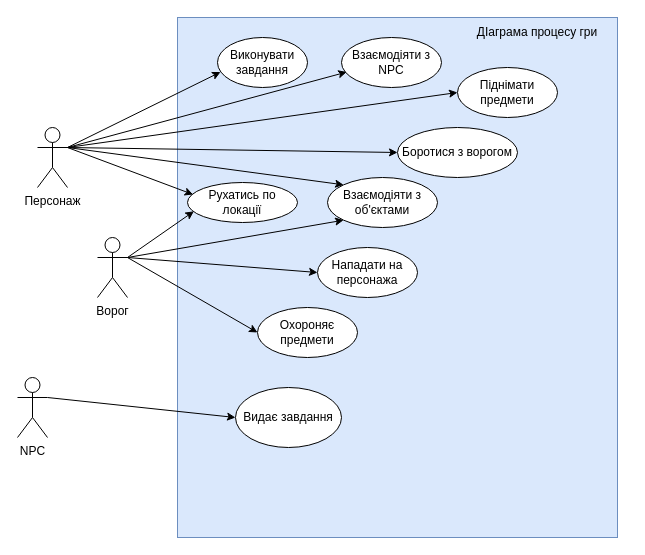
This is docs/1.Envisioning/assets/ДіаграмаПрецедентів.drawio from liketaurus/SE-practice-template, a draw.io file, before an edit. Source tidied: cells renumbered, new cells numbered last; positions are measured from the earlier drawing's top-left corner, leaving out a move shared by most shapes. Both pictures are drawn from the tidied source at 100%, with x=0, y=0 at pixel (17, 17).
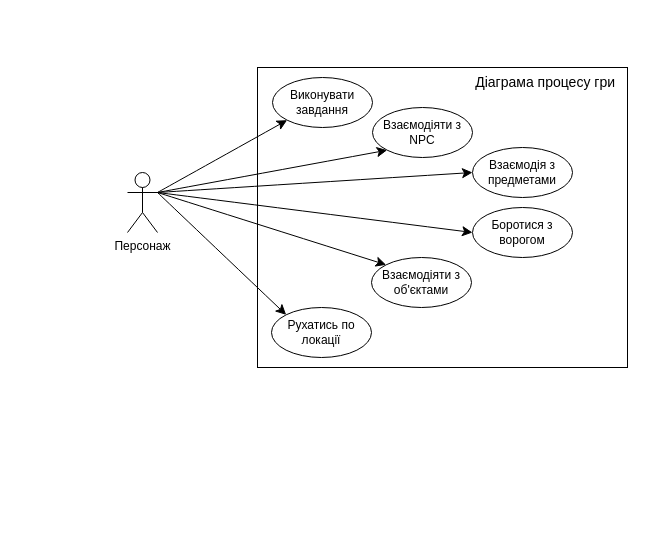
After the change.

Commit message (it also covers changes not shown here):
Змінена діаграма прецедентів

Change to the diagram source:
```diff
@@
+    <mxCell id="27" style="rounded=0;whiteSpace=wrap;html=1;labelBackgroundColor=none;" parent="1" vertex="1">
+      <mxGeometry x="240" y="50" width="370" height="300" as="geometry" />
+    </mxCell>
+    <mxCell id="26" value="Ді&lt;span style=&quot;background-color: initial;&quot;&gt;аграма процесу гри&lt;/span&gt;" style="text;html=1;align=right;verticalAlign=middle;whiteSpace=wrap;rounded=0;fontSize=14;labelBackgroundColor=none;" parent="1" vertex="1">
+      <mxGeometry x="440" y="50" width="160" height="30" as="geometry" />
+    </mxCell>
+    <mxCell id="9" style="edgeStyle=none;curved=1;rounded=0;jettySize=auto;html=1;exitX=1;exitY=0.3333333333333333;exitDx=0;exitDy=0;exitPerimeter=0;entryX=0;entryY=1;entryDx=0;entryDy=0;fontSize=12;startSize=8;endSize=8;labelBackgroundColor=none;fontColor=default;" parent="1" edge="1" source="2" target="8">
+      <mxGeometry relative="1" as="geometry" />
+    </mxCell>
+    <mxCell id="28" style="edgeStyle=none;curved=1;rounded=0;jettySize=auto;html=1;exitX=1;exitY=0.3333333333333333;exitDx=0;exitDy=0;exitPerimeter=0;entryX=0;entryY=1;entryDx=0;entryDy=0;fontSize=12;startSize=8;endSize=8;labelBackgroundColor=none;fontColor=default;" parent="1" edge="1" source="2" target="6">
+      <mxGeometry relative="1" as="geometry" />
+    </mxCell>
+    <mxCell id="29" style="edgeStyle=none;curved=1;rounded=0;jettySize=auto;html=1;exitX=1;exitY=0.3333333333333333;exitDx=0;exitDy=0;exitPerimeter=0;entryX=0;entryY=0.5;entryDx=0;entryDy=0;fontSize=12;startSize=8;endSize=8;labelBackgroundColor=none;fontColor=default;" parent="1" edge="1" source="2" target="32">
+      <mxGeometry relative="1" as="geometry" />
+    </mxCell>
+    <mxCell id="30" style="edgeStyle=none;curved=1;rounded=0;jettySize=auto;html=1;exitX=1;exitY=0.3333333333333333;exitDx=0;exitDy=0;exitPerimeter=0;entryX=0;entryY=0.5;entryDx=0;entryDy=0;fontSize=12;startSize=8;endSize=8;labelBackgroundColor=none;fontColor=default;" parent="1" edge="1" source="2" target="10">
+      <mxGeometry relative="1" as="geometry" />
+    </mxCell>
+    <mxCell id="21" style="edgeStyle=none;curved=1;rounded=0;jettySize=auto;html=1;exitX=1;exitY=0.3333333333333333;exitDx=0;exitDy=0;exitPerimeter=0;entryX=0;entryY=0;entryDx=0;entryDy=0;fontSize=12;startSize=8;endSize=8;labelBackgroundColor=none;fontColor=default;" parent="1" edge="1" source="2" target="20">
+      <mxGeometry relative="1" as="geometry" />
+    </mxCell>
+    <mxCell id="31" style="edgeStyle=none;curved=1;rounded=0;jettySize=auto;html=1;exitX=1;exitY=0.3333333333333333;exitDx=0;exitDy=0;exitPerimeter=0;entryX=0;entryY=0;entryDx=0;entryDy=0;fontSize=12;startSize=8;endSize=8;labelBackgroundColor=none;fontColor=default;" parent="1" edge="1" source="2" target="4">
+      <mxGeometry relative="1" as="geometry" />
+    </mxCell>
-    <mxCell id="2" value="Персонаж&lt;div&gt;&lt;br&gt;&lt;/div&gt;" style="shape=umlActor;verticalLabelPosition=bottom;verticalAlign=top;html=1;outlineConnect=0;" parent="1" vertex="1">
-      <mxGeometry x="20" y="110" width="30" height="60" as="geometry" />
+    <mxCell id="2" value="Персонаж&lt;div&gt;&lt;br&gt;&lt;/div&gt;" style="shape=umlActor;verticalLabelPosition=bottom;verticalAlign=top;html=1;outlineConnect=0;labelBackgroundColor=none;" parent="1" vertex="1">
+      <mxGeometry x="110" y="155" width="30" height="60" as="geometry" />
     </mxCell>
-    <mxCell id="3" style="rounded=0;whiteSpace=wrap;html=1;fillColor=#dae8fc;strokeColor=#6c8ebf;" parent="1" vertex="1">
-      <mxGeometry x="160" width="440" height="520" as="geometry" />
-    </mxCell>
+    <mxCell id="8" value="Виконувати завдання" style="ellipse;whiteSpace=wrap;html=1;labelBackgroundColor=none;" parent="1" vertex="1">
+      <mxGeometry x="255" y="60" width="100" height="50" as="geometry" />
+    </mxCell>
+    <mxCell id="6" value="Взаємодіяти з NPC" style="ellipse;whiteSpace=wrap;html=1;labelBackgroundColor=none;" parent="1" vertex="1">
+      <mxGeometry x="355" y="90" width="100" height="50" as="geometry" />
+    </mxCell>
+    <mxCell id="32" value="Взаємодія з предметами" style="ellipse;whiteSpace=wrap;html=1;labelBackgroundColor=none;" parent="1" vertex="1">
+      <mxGeometry x="455" y="130" width="100" height="50" as="geometry" />
+    </mxCell>
+    <mxCell id="10" value="Боротися з ворогом" style="ellipse;whiteSpace=wrap;html=1;labelBackgroundColor=none;" parent="1" vertex="1">
+      <mxGeometry x="455" y="190" width="100" height="50" as="geometry" />
+    </mxCell>
+    <mxCell id="20" value="Взаємодіяти з об'єктами" style="ellipse;whiteSpace=wrap;html=1;labelBackgroundColor=none;" parent="1" vertex="1">
+      <mxGeometry x="354" y="240" width="100" height="50" as="geometry" />
+    </mxCell>
-    <mxCell id="4" value="Рухатись по локації" style="ellipse;whiteSpace=wrap;html=1;" parent="1" vertex="1">
-      <mxGeometry x="170" y="165" width="110" height="40" as="geometry" />
+    <mxCell id="4" value="Рухатись по локації" style="ellipse;whiteSpace=wrap;html=1;labelBackgroundColor=none;" parent="1" vertex="1">
+      <mxGeometry x="254" y="290" width="100" height="50" as="geometry" />
     </mxCell>
-    <mxCell id="5" style="rounded=0;jettySize=auto;html=1;entryX=0.051;entryY=0.3;entryDx=0;entryDy=0;entryPerimeter=0;" parent="1" edge="1" target="4">
-      <mxGeometry relative="1" as="geometry">
-        <mxPoint x="50" y="130" as="sourcePoint" />
-      </mxGeometry>
-    </mxCell>
-    <mxCell id="6" value="Взаємодіяти з NPC" style="ellipse;whiteSpace=wrap;html=1;" parent="1" vertex="1">
-      <mxGeometry x="324" y="20" width="100" height="50" as="geometry" />
-    </mxCell>
-    <mxCell id="7" style="rounded=0;jettySize=auto;html=1;entryX=0.052;entryY=0.691;entryDx=0;entryDy=0;entryPerimeter=0;" parent="1" edge="1" target="6">
-      <mxGeometry relative="1" as="geometry">
-        <mxPoint x="50" y="130" as="sourcePoint" />
-      </mxGeometry>
-    </mxCell>
-    <mxCell id="8" value="Виконувати завдання" style="ellipse;whiteSpace=wrap;html=1;" parent="1" vertex="1">
-      <mxGeometry x="200" y="20" width="90" height="50" as="geometry" />
-    </mxCell>
-    <mxCell id="9" style="rounded=0;jettySize=auto;html=1;entryX=0.034;entryY=0.691;entryDx=0;entryDy=0;entryPerimeter=0;exitX=1;exitY=0.3333333333333333;exitDx=0;exitDy=0;exitPerimeter=0;" parent="1" edge="1" source="2" target="8">
-      <mxGeometry relative="1" as="geometry" />
-    </mxCell>
-    <mxCell id="10" value="Боротися з ворогом" style="ellipse;whiteSpace=wrap;html=1;" parent="1" vertex="1">
-      <mxGeometry x="380" y="110" width="120" height="50" as="geometry" />
-    </mxCell>
-    <mxCell id="11" style="rounded=0;jettySize=auto;html=1;entryX=0;entryY=0.5;entryDx=0;entryDy=0;" parent="1" edge="1" target="10">
-      <mxGeometry relative="1" as="geometry">
-        <mxPoint x="50" y="130" as="sourcePoint" />
-      </mxGeometry>
-    </mxCell>
-    <mxCell id="12" style="rounded=0;jettySize=auto;html=1;exitX=1;exitY=0.3333333333333333;exitDx=0;exitDy=0;exitPerimeter=0;entryX=0;entryY=0.5;entryDx=0;entryDy=0;" parent="1" edge="1" source="15" target="16">
-      <mxGeometry relative="1" as="geometry" />
-    </mxCell>
-    <mxCell id="13" style="rounded=0;jettySize=auto;html=1;exitX=1;exitY=0.3333333333333333;exitDx=0;exitDy=0;exitPerimeter=0;entryX=0.058;entryY=0.72;entryDx=0;entryDy=0;entryPerimeter=0;" parent="1" edge="1" source="15" target="4">
-      <mxGeometry relative="1" as="geometry" />
-    </mxCell>
-    <mxCell id="14" style="rounded=0;jettySize=auto;html=1;exitX=1;exitY=0.3333333333333333;exitDx=0;exitDy=0;exitPerimeter=0;entryX=0;entryY=0.5;entryDx=0;entryDy=0;" parent="1" edge="1" source="15" target="19">
-      <mxGeometry relative="1" as="geometry" />
-    </mxCell>
-    <mxCell id="15" value="Ворог" style="shape=umlActor;verticalLabelPosition=bottom;verticalAlign=top;html=1;outlineConnect=0;" parent="1" vertex="1">
-      <mxGeometry x="80" y="220" width="30" height="60" as="geometry" />
-    </mxCell>
-    <mxCell id="16" value="Нападати на персонажа" style="ellipse;whiteSpace=wrap;html=1;" parent="1" vertex="1">
-      <mxGeometry x="300" y="230" width="100" height="50" as="geometry" />
-    </mxCell>
-    <mxCell id="17" value="Піднімати предмети" style="ellipse;whiteSpace=wrap;html=1;" parent="1" vertex="1">
-      <mxGeometry x="440" y="50" width="100" height="50" as="geometry" />
-    </mxCell>
-    <mxCell id="18" style="rounded=0;jettySize=auto;html=1;entryX=0;entryY=0.5;entryDx=0;entryDy=0;exitX=1;exitY=0.3333333333333333;exitDx=0;exitDy=0;exitPerimeter=0;" parent="1" edge="1" source="2" target="17">
-      <mxGeometry relative="1" as="geometry" />
-    </mxCell>
-    <mxCell id="19" value="Охороняє предмети" style="ellipse;whiteSpace=wrap;html=1;" parent="1" vertex="1">
-      <mxGeometry x="240" y="290" width="100" height="50" as="geometry" />
-    </mxCell>
-    <mxCell id="20" value="Взаємодіяти з об'єктами" style="ellipse;whiteSpace=wrap;html=1;" parent="1" vertex="1">
-      <mxGeometry x="310" y="160" width="110" height="50" as="geometry" />
-    </mxCell>
-    <mxCell id="21" style="rounded=0;jettySize=auto;html=1;entryX=0;entryY=0;entryDx=0;entryDy=0;exitX=1;exitY=0.3333333333333333;exitDx=0;exitDy=0;exitPerimeter=0;" parent="1" edge="1" source="2" target="20">
-      <mxGeometry relative="1" as="geometry" />
-    </mxCell>
-    <mxCell id="22" style="rounded=0;jettySize=auto;html=1;exitX=1;exitY=0.3333333333333333;exitDx=0;exitDy=0;exitPerimeter=0;entryX=0;entryY=1;entryDx=0;entryDy=0;" parent="1" edge="1" source="15" target="20">
-      <mxGeometry relative="1" as="geometry" />
-    </mxCell>
-    <mxCell id="23" style="rounded=0;jettySize=auto;html=1;exitX=1;exitY=0.3333333333333333;exitDx=0;exitDy=0;exitPerimeter=0;entryX=0;entryY=0.5;entryDx=0;entryDy=0;" parent="1" edge="1" source="24" target="25">
-      <mxGeometry relative="1" as="geometry" />
-    </mxCell>
-    <mxCell id="24" value="NPC" style="shape=umlActor;verticalLabelPosition=bottom;verticalAlign=top;html=1;outlineConnect=0;" parent="1" vertex="1">
-      <mxGeometry y="360" width="30" height="60" as="geometry" />
-    </mxCell>
-    <mxCell id="25" value="Видає завдання" style="ellipse;whiteSpace=wrap;html=1;" parent="1" vertex="1">
-      <mxGeometry x="218" y="370" width="106" height="60" as="geometry" />
-    </mxCell>
-    <mxCell id="26" value="ДІаграма процесу гри" style="text;html=1;align=center;verticalAlign=middle;whiteSpace=wrap;rounded=0;" parent="1" vertex="1">
-      <mxGeometry x="440" width="160" height="30" as="geometry" />
-    </mxCell>
```
